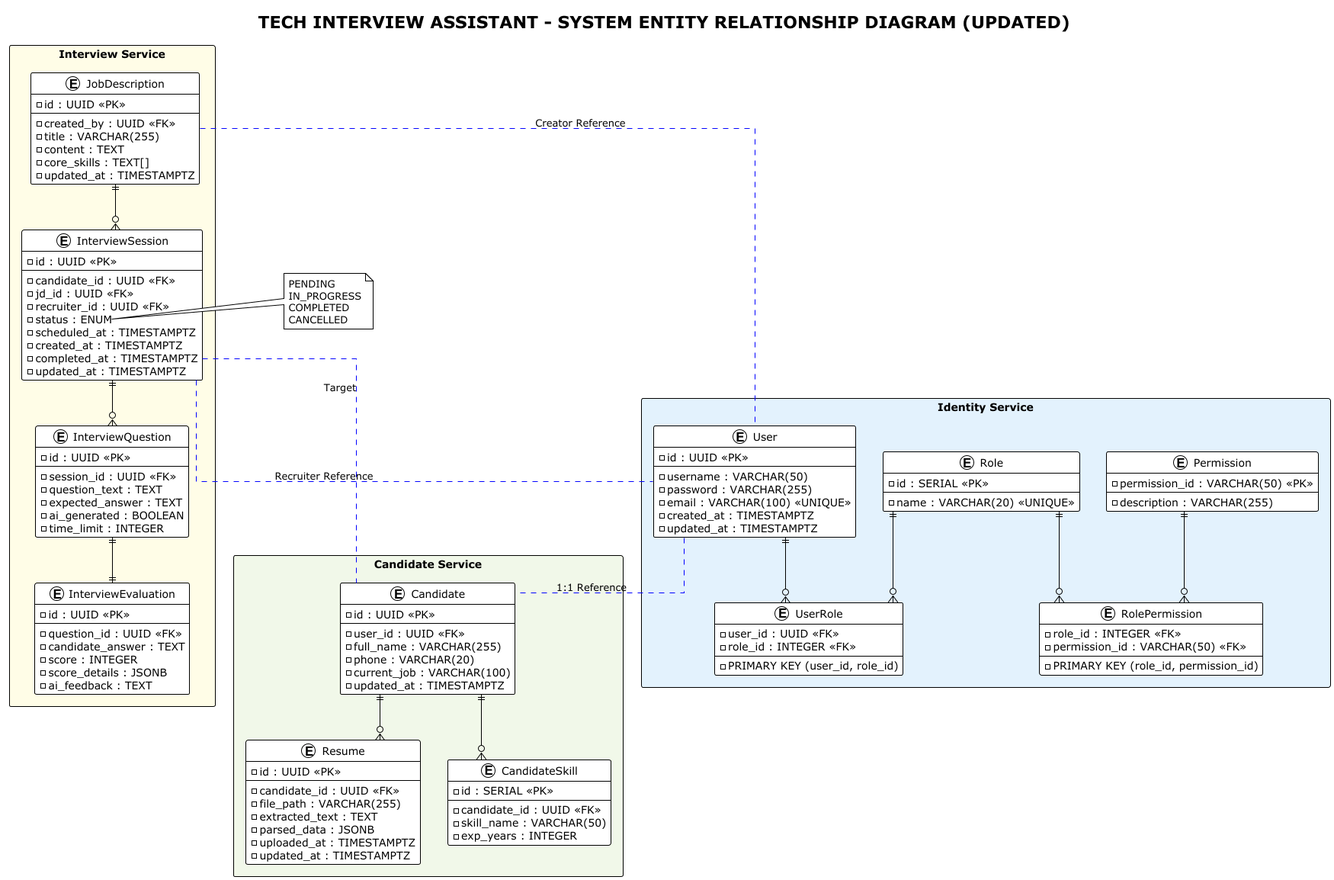
Before: docs/database/erd-diagram.png, a diagram exported from PlantUML (Nam000p/tech-interview-assistant).
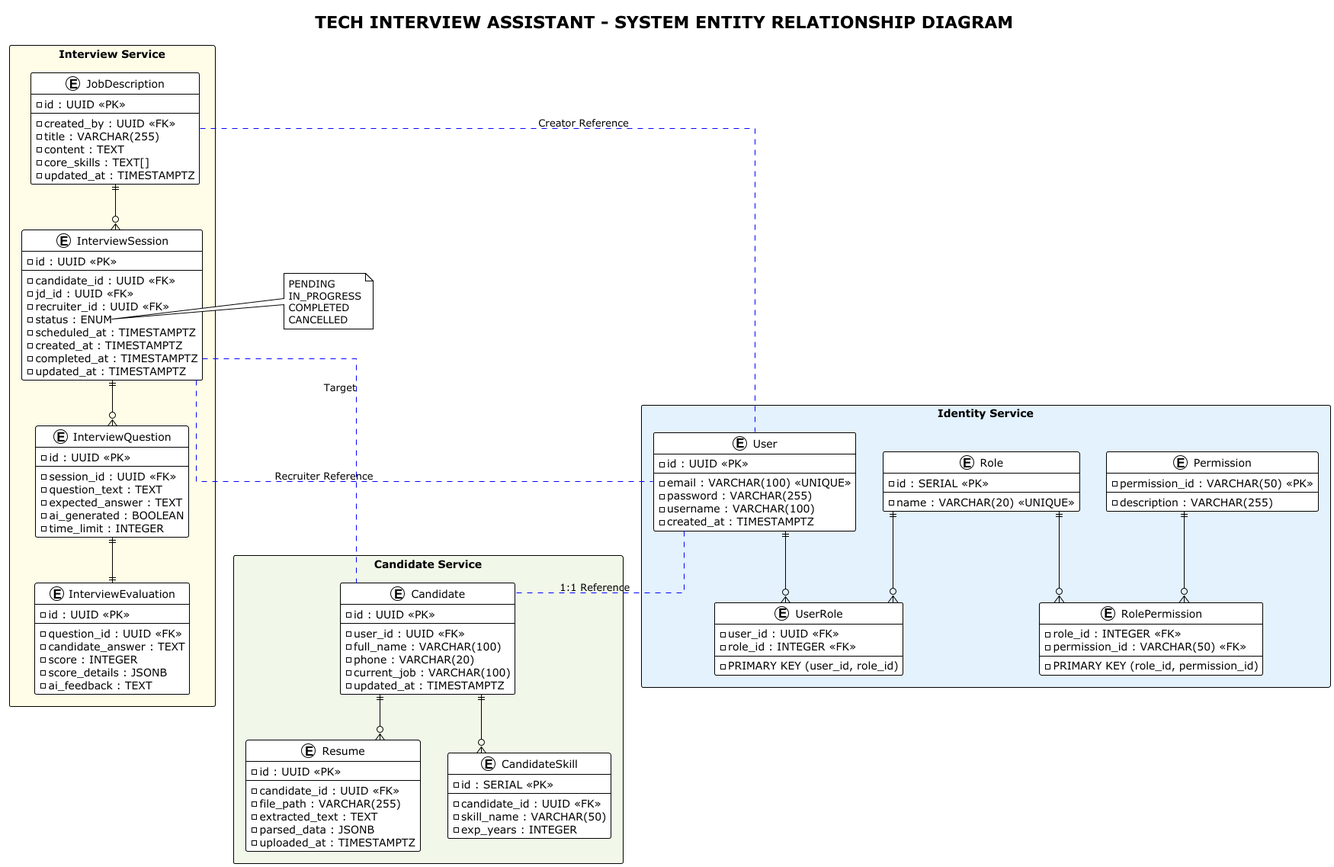
The same file after the commit.

What changed in the source:
```diff
@@ -1,5 +1,5 @@
 @startuml
-title TECH INTERVIEW ASSISTANT - SYSTEM ENTITY RELATIONSHIP DIAGRAM (UPDATED)
+title TECH INTERVIEW ASSISTANT - SYSTEM ENTITY RELATIONSHIP DIAGRAM
 !theme plain
 skinparam linetype ortho
 skinparam packageStyle rectangle
@@ -9,11 +9,10 @@
     entity "User" as user {
         - id : UUID <<PK>>
         --
-        - username : VARCHAR(50)
+        - email : VARCHAR(100) <<UNIQUE>>
         - password : VARCHAR(255)
-        - email : VARCHAR(100) <<UNIQUE>>
+        - username : VARCHAR(100)
         - created_at : TIMESTAMPTZ
-        - updated_at : TIMESTAMPTZ
     }
 
     entity "Role" as role {
@@ -48,7 +47,7 @@
         - id : UUID <<PK>>
         --
         - user_id : UUID <<FK>>
-        - full_name : VARCHAR(255)
+        - full_name : VARCHAR(100)
         - phone : VARCHAR(20)
         - current_job : VARCHAR(100)
         - updated_at : TIMESTAMPTZ
@@ -62,7 +61,6 @@
         - extracted_text : TEXT
         - parsed_data : JSONB
         - uploaded_at : TIMESTAMPTZ
-        - updated_at : TIMESTAMPTZ
     }
 
     entity "CandidateSkill" as skill {
```
